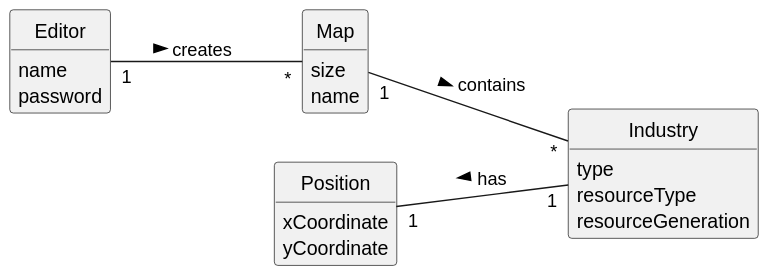
1240935/pi2-railway-simulator keeps this PlantUML diagram as Sprint2/US002/02.analysis/svg/US002-DM.svg. Above is the earlier version.
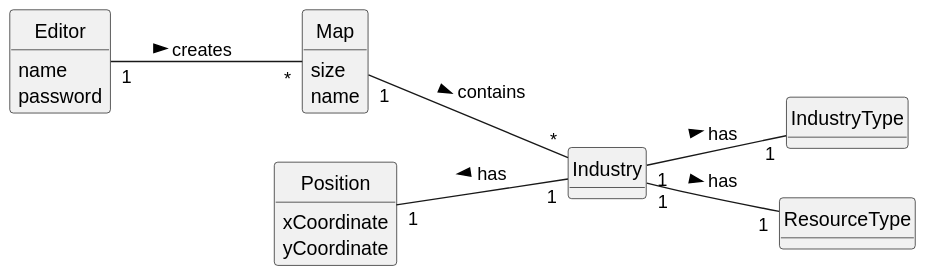
The same file after the commit.

Diff of the diagram source:
```diff
@@ -19,9 +19,12 @@
 }
 
 class Industry {
-    type
-    resourceType
-    resourceGeneration
+}
+
+class IndustryType{
+}
+
+class ResourceType{
 }
 
 class Position{
@@ -32,4 +35,6 @@
 Editor "1" -- "*" Map: creates >
 Map "1" -- "*" Industry: contains >
 Position "1" -- "1" Industry: has <
+Industry "1" -- "1" IndustryType: has >
+Industry "1" -- "1" ResourceType: has >
 @enduml
```
